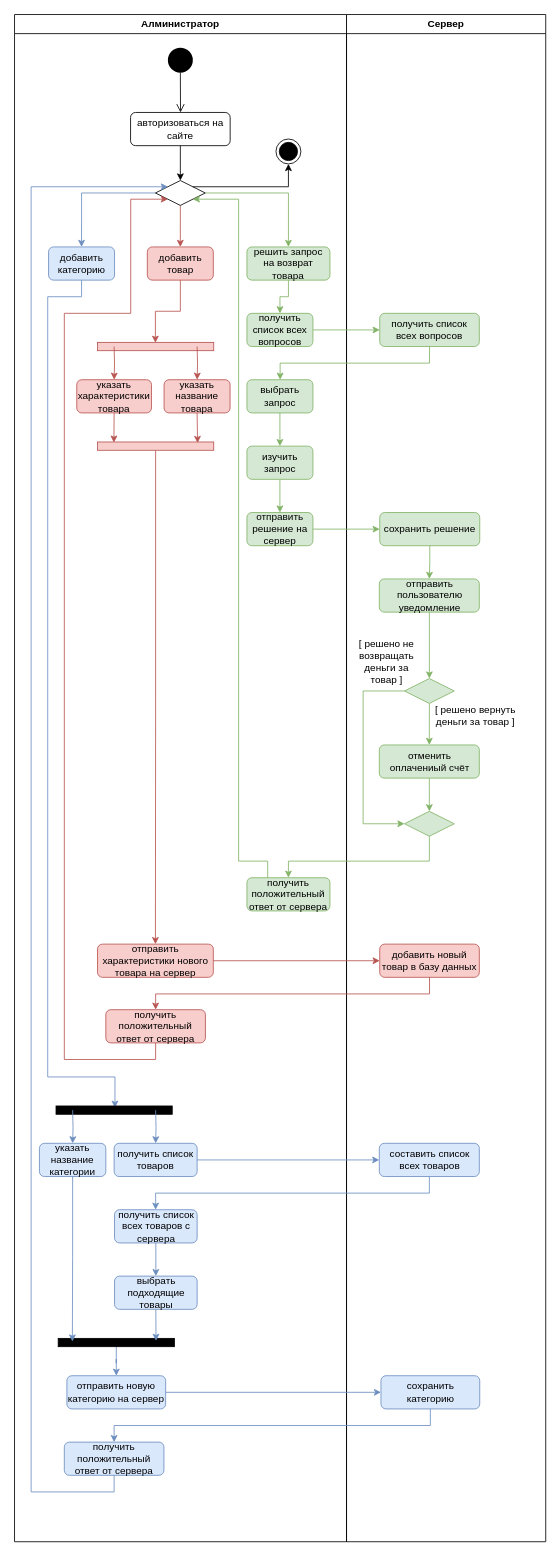
Before: activity_2.drawio in randomunrandom/MSS, a draw.io diagram. Source tidied: cells renumbered, new cells numbered last; positions are measured from the earlier drawing's top-left corner, leaving out a move shared by most shapes. Both pictures are drawn from the tidied source at 83%, with x=0, y=0 at pixel (14, 14).
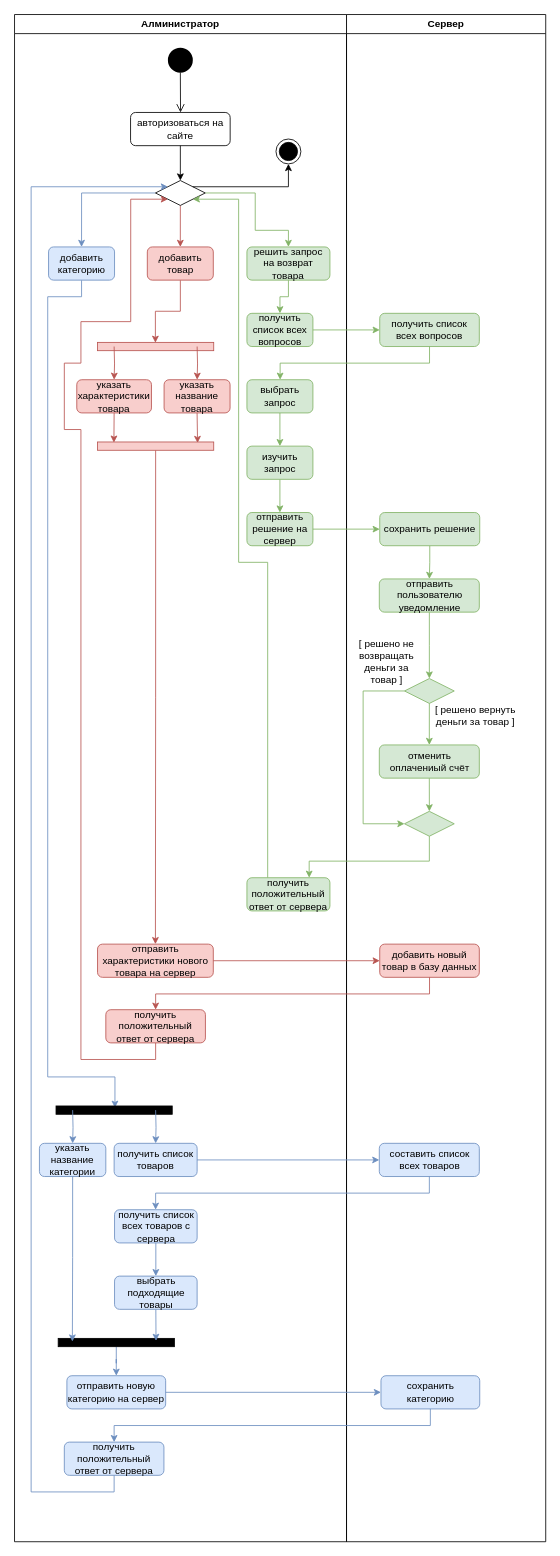
Above is the later version.

The change refers to these unchanged cells:
```xml
<mxCell id="2" value="Алминистратор" style="swimlane;whiteSpace=wrap;" parent="1" vertex="1">
  <mxGeometry width="400" height="1840" as="geometry" />
</mxCell>
<mxCell id="9" style="rhombus;whiteSpace=wrap;html=1;strokeColor=#000000;strokeWidth=1;fillColor=#FFFFFF;" parent="2" vertex="1">
  <mxGeometry x="169.8" y="200" width="60" height="30" as="geometry" />
</mxCell>
<mxCell id="16" value="решить запрос на возврат товара" style="rounded=1;whiteSpace=wrap;html=1;fontFamily=Helvetica;fontSize=12;align=center;strokeColor=#82b366;fillColor=#d5e8d4;" parent="2" vertex="1">
  <mxGeometry x="280" y="280" width="100" height="40" as="geometry" />
</mxCell>
<mxCell id="24" value="получить положительный ответ от сервера" style="rounded=1;whiteSpace=wrap;html=1;fontFamily=Helvetica;fontSize=12;align=center;strokeColor=#82b366;fillColor=#d5e8d4;" parent="2" vertex="1">
  <mxGeometry x="280" y="1040" width="100" height="40" as="geometry" />
</mxCell>
<mxCell id="36" value="получить положительный ответ от сервера" style="rounded=1;whiteSpace=wrap;html=1;fontFamily=Helvetica;fontSize=12;align=center;strokeColor=#b85450;fillColor=#f8cecc;" parent="2" vertex="1">
  <mxGeometry x="110" y="1199" width="120" height="40" as="geometry" />
</mxCell>
<mxCell id="65" style="rhombus;whiteSpace=wrap;html=1;strokeColor=#82b366;strokeWidth=1;fillColor=#d5e8d4;" parent="54" vertex="1">
  <mxGeometry x="69.8" y="960" width="60" height="30" as="geometry" />
</mxCell>
```

Diff of the diagram source:
```diff
@@
     <mxCell id="7" style="edgeStyle=orthogonalEdgeStyle;rounded=0;jettySize=auto;html=1;exitX=1;exitY=0.5;exitDx=0;exitDy=0;entryX=0.5;entryY=0;entryDx=0;entryDy=0;fillColor=#d5e8d4;strokeColor=#82b366;" parent="2" edge="1" source="9" target="16">
-      <mxGeometry relative="1" as="geometry" />
+      <mxGeometry relative="1" as="geometry">
+        <Array as="points">
+          <mxPoint x="290" y="215" />
+          <mxPoint x="290" y="260" />
+          <mxPoint x="330" y="260" />
+        </Array>
+      </mxGeometry>
     </mxCell>
@@
     <mxCell id="23" style="edgeStyle=orthogonalEdgeStyle;rounded=0;jettySize=auto;html=1;exitX=0.25;exitY=0;exitDx=0;exitDy=0;entryX=1;entryY=1;entryDx=0;entryDy=0;fillColor=#d5e8d4;strokeColor=#82b366;" parent="2" edge="1" source="24" target="9">
       <mxGeometry relative="1" as="geometry">
         <Array as="points">
-          <mxPoint x="305" y="1020" />
-          <mxPoint x="270" y="1020" />
-          <mxPoint x="270" y="222" />
+          <mxPoint x="305" y="660" />
+          <mxPoint x="270" y="660" />
+          <mxPoint x="270" y="223" />
         </Array>
       </mxGeometry>
     </mxCell>
@@
     <mxCell id="35" style="edgeStyle=orthogonalEdgeStyle;rounded=0;jettySize=auto;html=1;exitX=0.5;exitY=1;exitDx=0;exitDy=0;entryX=0;entryY=1;entryDx=0;entryDy=0;fillColor=#f8cecc;strokeColor=#b85450;" parent="2" edge="1" source="36" target="9">
       <mxGeometry relative="1" as="geometry">
         <Array as="points">
           <mxPoint x="170" y="1259" />
-          <mxPoint x="60" y="1259" />
-          <mxPoint x="60" y="360" />
-          <mxPoint x="140" y="360" />
+          <mxPoint x="80" y="1259" />
+          <mxPoint x="80" y="500" />
+          <mxPoint x="60" y="500" />
+          <mxPoint x="60" y="420" />
+          <mxPoint x="80" y="420" />
+          <mxPoint x="80" y="370" />
+          <mxPoint x="140" y="370" />
           <mxPoint x="140" y="222" />
         </Array>
       </mxGeometry>
     </mxCell>
@@
-    <mxCell id="75" style="edgeStyle=orthogonalEdgeStyle;rounded=0;jettySize=auto;html=1;exitX=0.5;exitY=1;exitDx=0;exitDy=0;entryX=0.5;entryY=0;entryDx=0;entryDy=0;fillColor=#d5e8d4;strokeColor=#82b366;" parent="1" edge="1" source="65" target="24">
+    <mxCell id="75" style="edgeStyle=orthogonalEdgeStyle;rounded=0;jettySize=auto;html=1;exitX=0.5;exitY=1;exitDx=0;exitDy=0;entryX=0.75;entryY=0;entryDx=0;entryDy=0;fillColor=#d5e8d4;strokeColor=#82b366;" parent="1" edge="1" source="65" target="24">
       <mxGeometry relative="1" as="geometry">
         <Array as="points">
           <mxPoint x="500" y="1020" />
-          <mxPoint x="330" y="1020" />
+          <mxPoint x="355" y="1020" />
         </Array>
       </mxGeometry>
     </mxCell>
```
